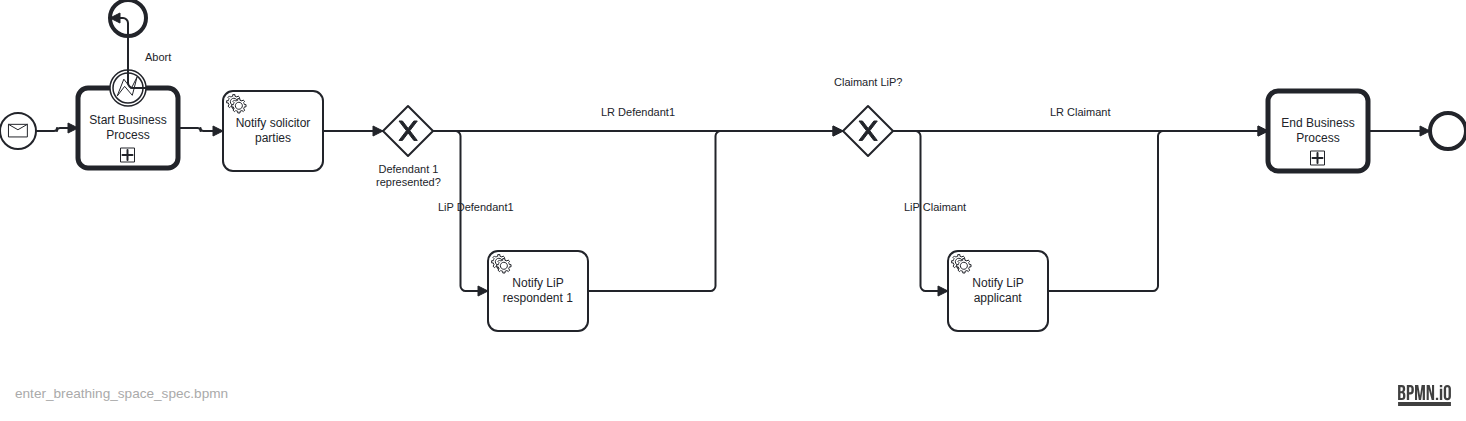
Earlier version of the BPMN export docs/bpmn-diagrams/enter_breathing_space_spec.png (hmcts/civil-service). Its source is kept beside it as src/main/resources/camunda/enter_breathing_space_spec.bpmn. Ids are renumbered.
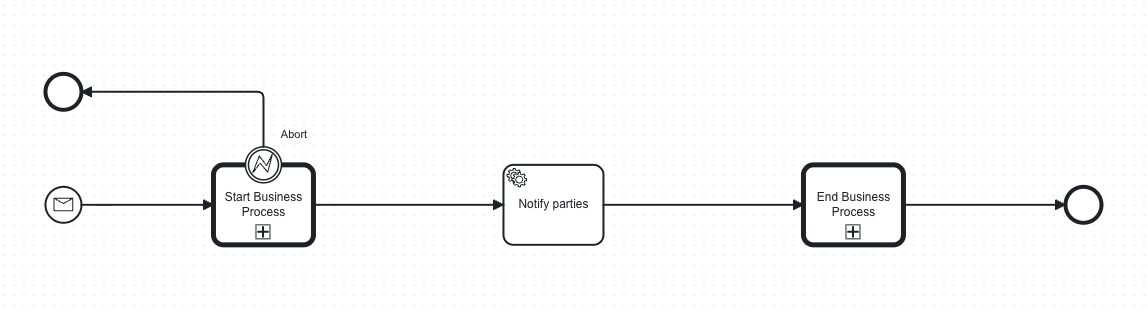
After the commit.

Commit message:
updating breathing space BPMNs and docs

Diff of the diagram source:
```diff
@@ -1,15 +1,14 @@
-<bpmn:definitions xmlns:bpmn="http://www.omg.org/spec/BPMN/20100524/MODEL" xmlns:bpmndi="http://www.omg.org/spec/BPMN/20100524/DI" xmlns:dc="http://www.omg.org/spec/DD/20100524/DC" xmlns:camunda="http://camunda.org/schema/1.0/bpmn" xmlns:di="http://www.omg.org/spec/DD/20100524/DI" xmlns:xsi="http://www.w3.org/2001/XMLSchema-instance" id="Definitions_n1" targetNamespace="http://bpmn.io/schema/bpmn" exporter="Camunda Modeler" exporterVersion="5.48.0">
+<bpmn:definitions xmlns:bpmn="http://www.omg.org/spec/BPMN/20100524/MODEL" xmlns:bpmndi="http://www.omg.org/spec/BPMN/20100524/DI" xmlns:dc="http://www.omg.org/spec/DD/20100524/DC" xmlns:camunda="http://camunda.org/schema/1.0/bpmn" xmlns:di="http://www.omg.org/spec/DD/20100524/DI" xmlns:xsi="http://www.w3.org/2001/XMLSchema-instance" id="Definitions_n1" targetNamespace="http://bpmn.io/schema/bpmn" exporter="Camunda Modeler" exporterVersion="5.52.0">
   <bpmn:process id="ENTER_BREATHING_SPACE_SPEC" name="Enter breathing space process spec" isExecutable="true" camunda:historyTimeToLive="P90D">
-    <bpmn:serviceTask id="BreathingSpaceEnterNotifyParties" name="Notify solicitor parties" camunda:type="external" camunda:topic="processCaseEvent">
+    <bpmn:serviceTask id="BreathingSpaceEnterNotifyParties" name="Notify parties" camunda:type="external" camunda:topic="processCaseEvent">
       <bpmn:extensionElements>
         <camunda:inputOutput>
           <camunda:inputParameter name="caseEvent">NOTIFY_EVENT</camunda:inputParameter>
         </camunda:inputOutput>
       </bpmn:extensionElements>
       <bpmn:incoming>Flow_n2</bpmn:incoming>
-      <bpmn:outgoing>Flow_Enter_Framework</bpmn:outgoing>
+      <bpmn:outgoing>Flow_n15</bpmn:outgoing>
     </bpmn:serviceTask>
-    <bpmn:sequenceFlow id="Flow_Enter_Framework" sourceRef="BreathingSpaceEnterNotifyParties" targetRef="Gateway_Defendant1" />
     <bpmn:startEvent id="StartEvent_1">
       <bpmn:outgoing>Flow_n3</bpmn:outgoing>
       <bpmn:messageEventDefinition id="MessageEventDefinition_n4" messageRef="Message_n5" />
@@ -22,8 +21,7 @@
       <bpmn:extensionElements>
         <camunda:in variables="all" />
       </bpmn:extensionElements>
-      <bpmn:incoming>Flow_Claimant_Lr</bpmn:incoming>
-      <bpmn:incoming>Flow_LipApplicant_ToRpa</bpmn:incoming>
+      <bpmn:incoming>Flow_n15</bpmn:incoming>
       <bpmn:outgoing>Flow_n7</bpmn:outgoing>
     </bpmn:callActivity>
     <bpmn:callActivity id="Activity_n9" name="Start Business Process" calledElement="StartBusinessProcess">
@@ -44,158 +42,57 @@
     <bpmn:sequenceFlow id="Flow_n11" sourceRef="Event_n12" targetRef="Event_n10" />
     <bpmn:sequenceFlow id="Flow_n3" sourceRef="StartEvent_1" targetRef="Activity_n9" />
     <bpmn:sequenceFlow id="Flow_n2" sourceRef="Activity_n9" targetRef="BreathingSpaceEnterNotifyParties" />
-
-    <bpmn:exclusiveGateway id="Gateway_Defendant1" name="Defendant 1 represented?">
-      <bpmn:incoming>Flow_Enter_Framework</bpmn:incoming>
-      <bpmn:outgoing>Flow_Def1_Lip</bpmn:outgoing>
-      <bpmn:outgoing>Flow_Def1_Lr</bpmn:outgoing>
-    </bpmn:exclusiveGateway>
-    <bpmn:sequenceFlow id="Flow_Def1_Lip" name="LiP Defendant1" sourceRef="Gateway_Defendant1" targetRef="BreathingSpaceEnterNotifyLipRespondent1">
-      <bpmn:conditionExpression xsi:type="bpmn:tFormalExpression">${!empty flowFlags.UNREPRESENTED_DEFENDANT_ONE &amp;&amp; flowFlags.UNREPRESENTED_DEFENDANT_ONE}</bpmn:conditionExpression>
-    </bpmn:sequenceFlow>
-    <bpmn:sequenceFlow id="Flow_Def1_Lr" name="LR Defendant1" sourceRef="Gateway_Defendant1" targetRef="Gateway_Claimant">
-      <bpmn:conditionExpression xsi:type="bpmn:tFormalExpression">${empty flowFlags.UNREPRESENTED_DEFENDANT_ONE || (!empty flowFlags.UNREPRESENTED_DEFENDANT_ONE &amp;&amp; !flowFlags.UNREPRESENTED_DEFENDANT_ONE)}</bpmn:conditionExpression>
-    </bpmn:sequenceFlow>
-
-    <bpmn:serviceTask id="BreathingSpaceEnterNotifyLipRespondent1" name="Notify LiP respondent 1" camunda:type="external" camunda:topic="processCaseEvent">
-      <bpmn:extensionElements>
-        <camunda:inputOutput>
-          <camunda:inputParameter name="caseEvent">NOTIFY_LIP_RESPONDENT1_BREATHING_SPACE_ENTER</camunda:inputParameter>
-        </camunda:inputOutput>
-      </bpmn:extensionElements>
-      <bpmn:incoming>Flow_Def1_Lip</bpmn:incoming>
-      <bpmn:outgoing>Flow_LipDef1_ToClaimant</bpmn:outgoing>
-    </bpmn:serviceTask>
-    <bpmn:sequenceFlow id="Flow_LipDef1_ToClaimant" sourceRef="BreathingSpaceEnterNotifyLipRespondent1" targetRef="Gateway_Claimant" />
-
-    <bpmn:exclusiveGateway id="Gateway_Claimant" name="Claimant LiP?">
-      <bpmn:incoming>Flow_Def1_Lr</bpmn:incoming>
-      <bpmn:incoming>Flow_LipDef1_ToClaimant</bpmn:incoming>
-      <bpmn:outgoing>Flow_Claimant_Lip</bpmn:outgoing>
-      <bpmn:outgoing>Flow_Claimant_Lr</bpmn:outgoing>
-    </bpmn:exclusiveGateway>
-    <bpmn:sequenceFlow id="Flow_Claimant_Lip" name="LiP Claimant" sourceRef="Gateway_Claimant" targetRef="BreathingSpaceEnterNotifyLipApplicant">
-      <bpmn:conditionExpression xsi:type="bpmn:tFormalExpression">${!empty flowFlags.LIP_CASE &amp;&amp; flowFlags.LIP_CASE}</bpmn:conditionExpression>
-    </bpmn:sequenceFlow>
-    <bpmn:sequenceFlow id="Flow_Claimant_Lr" name="LR Claimant" sourceRef="Gateway_Claimant" targetRef="Activity_n8">
-      <bpmn:conditionExpression xsi:type="bpmn:tFormalExpression">${empty flowFlags.LIP_CASE || (!empty flowFlags.LIP_CASE &amp;&amp; !flowFlags.LIP_CASE)}</bpmn:conditionExpression>
-    </bpmn:sequenceFlow>
-
-    <bpmn:serviceTask id="BreathingSpaceEnterNotifyLipApplicant" name="Notify LiP applicant" camunda:type="external" camunda:topic="processCaseEvent">
-      <bpmn:extensionElements>
-        <camunda:inputOutput>
-          <camunda:inputParameter name="caseEvent">NOTIFY_LIP_APPLICANT_BREATHING_SPACE_ENTER</camunda:inputParameter>
-        </camunda:inputOutput>
-      </bpmn:extensionElements>
-      <bpmn:incoming>Flow_Claimant_Lip</bpmn:incoming>
-      <bpmn:outgoing>Flow_LipApplicant_ToRpa</bpmn:outgoing>
-    </bpmn:serviceTask>
-    <bpmn:sequenceFlow id="Flow_LipApplicant_ToRpa" sourceRef="BreathingSpaceEnterNotifyLipApplicant" targetRef="Activity_n8" />
-
+    <bpmn:sequenceFlow id="Flow_n15" sourceRef="BreathingSpaceEnterNotifyParties" targetRef="Activity_n8" />
   </bpmn:process>
   <bpmn:message id="Message_n5" name="ENTER_BREATHING_SPACE_SPEC" />
   <bpmn:error id="Error_n14" name="StartBusinessAbort" errorCode="ABORT" />
   <bpmndi:BPMNDiagram id="BPMNDiagram_1">
     <bpmndi:BPMNPlane id="BPMNPlane_1" bpmnElement="ENTER_BREATHING_SPACE_SPEC">
-      <bpmndi:BPMNShape id="Event_1diii28_di" bpmnElement="StartEvent_1">
-        <dc:Bounds x="152" y="292" width="36" height="36" />
+      <bpmndi:BPMNShape id="BreathingSpaceEnterNotifyParties_di" bpmnElement="BreathingSpaceEnterNotifyParties">
+        <dc:Bounds x="610" y="170" width="100" height="80" />
+        <bpmndi:BPMNLabel />
       </bpmndi:BPMNShape>
       <bpmndi:BPMNShape id="Activity_n9_di" bpmnElement="Activity_n9">
-        <dc:Bounds x="230" y="267" width="100" height="80" />
+        <dc:Bounds x="320" y="170" width="100" height="80" />
+      </bpmndi:BPMNShape>
+      <bpmndi:BPMNShape id="Event_1diii28_di" bpmnElement="StartEvent_1">
+        <dc:Bounds x="152" y="192" width="36" height="36" />
       </bpmndi:BPMNShape>
       <bpmndi:BPMNShape id="Event_n10_di" bpmnElement="Event_n10">
-        <dc:Bounds x="262" y="179" width="36" height="36" />
+        <dc:Bounds x="152" y="79" width="36" height="36" />
+      </bpmndi:BPMNShape>
+      <bpmndi:BPMNShape id="Activity_14sbez9_di" bpmnElement="Activity_n8">
+        <dc:Bounds x="910" y="170" width="100" height="80" />
+      </bpmndi:BPMNShape>
+      <bpmndi:BPMNShape id="Event_n6_di" bpmnElement="Event_n6">
+        <dc:Bounds x="1172" y="192" width="36" height="36" />
       </bpmndi:BPMNShape>
       <bpmndi:BPMNShape id="Event_n12_di" bpmnElement="Event_n12">
-        <dc:Bounds x="262" y="249" width="36" height="36" />
+        <dc:Bounds x="352" y="152" width="36" height="36" />
         <bpmndi:BPMNLabel>
-          <dc:Bounds x="297" y="230" width="27" height="14" />
+          <dc:Bounds x="387" y="133" width="27" height="14" />
         </bpmndi:BPMNLabel>
       </bpmndi:BPMNShape>
-      <bpmndi:BPMNShape id="Gateway_Defendant1_di" bpmnElement="Gateway_Defendant1" isMarkerVisible="true">
-        <dc:Bounds x="535" y="285" width="50" height="50" />
-        <bpmndi:BPMNLabel>
-          <dc:Bounds x="518" y="342" width="85" height="27" />
-        </bpmndi:BPMNLabel>
-      </bpmndi:BPMNShape>
-      <bpmndi:BPMNShape id="Activity_LipDef1_di" bpmnElement="BreathingSpaceEnterNotifyLipRespondent1">
-        <dc:Bounds x="640" y="430" width="100" height="80" />
-      </bpmndi:BPMNShape>
-      <bpmndi:BPMNShape id="Gateway_Claimant_di" bpmnElement="Gateway_Claimant" isMarkerVisible="true">
-        <dc:Bounds x="995" y="285" width="50" height="50" />
-        <bpmndi:BPMNLabel>
-          <dc:Bounds x="986" y="255" width="69" height="14" />
-        </bpmndi:BPMNLabel>
-      </bpmndi:BPMNShape>
-      <bpmndi:BPMNShape id="Activity_LipApplicant_di" bpmnElement="BreathingSpaceEnterNotifyLipApplicant">
-        <dc:Bounds x="1100" y="430" width="100" height="80" />
-      </bpmndi:BPMNShape>
-      <bpmndi:BPMNShape id="Activity_14sbez9_di" bpmnElement="Activity_n8">
-        <dc:Bounds x="1420" y="270" width="100" height="80" />
-      </bpmndi:BPMNShape>
-      <bpmndi:BPMNShape id="Event_n6_di" bpmnElement="Event_n6">
-        <dc:Bounds x="1582" y="292" width="36" height="36" />
-      </bpmndi:BPMNShape>
+      <bpmndi:BPMNEdge id="Flow_n2_di" bpmnElement="Flow_n2">
+        <di:waypoint x="420" y="210" />
+        <di:waypoint x="610" y="210" />
+      </bpmndi:BPMNEdge>
       <bpmndi:BPMNEdge id="Flow_n3_di" bpmnElement="Flow_n3">
-        <di:waypoint x="188" y="310" />
-        <di:waypoint x="209" y="310" />
-        <di:waypoint x="209" y="307" />
-        <di:waypoint x="230" y="307" />
+        <di:waypoint x="188" y="210" />
+        <di:waypoint x="320" y="210" />
+      </bpmndi:BPMNEdge>
+      <bpmndi:BPMNEdge id="Flow_n7_di" bpmnElement="Flow_n7">
+        <di:waypoint x="1010" y="210" />
+        <di:waypoint x="1172" y="210" />
       </bpmndi:BPMNEdge>
       <bpmndi:BPMNEdge id="Flow_n11_di" bpmnElement="Flow_n11">
-        <di:waypoint x="298" y="267" />
-        <di:waypoint x="280" y="267" />
-        <di:waypoint x="280" y="197" />
-        <di:waypoint x="262" y="197" />
+        <di:waypoint x="370" y="152" />
+        <di:waypoint x="370" y="97" />
+        <di:waypoint x="188" y="97" />
       </bpmndi:BPMNEdge>
-      <bpmndi:BPMNEdge id="Flow_n2_di" bpmnElement="Flow_n2">
-        <di:waypoint x="330" y="307" />
-        <di:waypoint x="352.5" y="307" />
-        <di:waypoint x="352.5" y="310" />
-        <di:waypoint x="375" y="310" />
-      </bpmndi:BPMNEdge>
-      <bpmndi:BPMNEdge id="Flow_Def1_Lr_di" bpmnElement="Flow_Def1_Lr">
-        <di:waypoint x="585" y="310" />
-        <di:waypoint x="995" y="310" />
-      </bpmndi:BPMNEdge>
-      <bpmndi:BPMNEdge id="Flow_Def1_Lip_di" bpmnElement="Flow_Def1_Lip">
-        <di:waypoint x="585" y="310" />
-        <di:waypoint x="612.5" y="310" />
-        <di:waypoint x="612.5" y="470" />
-        <di:waypoint x="640" y="470" />
-      </bpmndi:BPMNEdge>
-      <bpmndi:BPMNEdge id="Flow_LipDef1_ToClaimant_di" bpmnElement="Flow_LipDef1_ToClaimant">
-        <di:waypoint x="740" y="470" />
-        <di:waypoint x="867.5" y="470" />
-        <di:waypoint x="867.5" y="310" />
-        <di:waypoint x="995" y="310" />
-      </bpmndi:BPMNEdge>
-      <bpmndi:BPMNEdge id="Flow_Claimant_Lr_di" bpmnElement="Flow_Claimant_Lr">
-        <di:waypoint x="1045" y="310" />
-        <di:waypoint x="1420" y="310" />
-      </bpmndi:BPMNEdge>
-      <bpmndi:BPMNEdge id="Flow_Claimant_Lip_di" bpmnElement="Flow_Claimant_Lip">
-        <di:waypoint x="1045" y="310" />
-        <di:waypoint x="1072.5" y="310" />
-        <di:waypoint x="1072.5" y="470" />
-        <di:waypoint x="1100" y="470" />
-      </bpmndi:BPMNEdge>
-      <bpmndi:BPMNEdge id="Flow_LipApplicant_ToRpa_di" bpmnElement="Flow_LipApplicant_ToRpa">
-        <di:waypoint x="1200" y="470" />
-        <di:waypoint x="1310" y="470" />
-        <di:waypoint x="1310" y="310" />
-        <di:waypoint x="1420" y="310" />
-      </bpmndi:BPMNEdge>
-      <bpmndi:BPMNEdge id="Flow_n7_di" bpmnElement="Flow_n7">
-        <di:waypoint x="1520" y="310" />
-        <di:waypoint x="1582" y="310" />
-      </bpmndi:BPMNEdge>
-      <bpmndi:BPMNShape id="BreathingSpaceEnterNotifyParties_di" bpmnElement="BreathingSpaceEnterNotifyParties">
-        <dc:Bounds x="375" y="270" width="100" height="80" />
-      </bpmndi:BPMNShape>
-      <bpmndi:BPMNEdge id="Flow_Enter_Framework_di" bpmnElement="Flow_Enter_Framework">
-        <di:waypoint x="475" y="310" />
-        <di:waypoint x="535" y="310" />
+      <bpmndi:BPMNEdge id="Flow_n15_di" bpmnElement="Flow_n15">
+        <di:waypoint x="710" y="210" />
+        <di:waypoint x="910" y="210" />
       </bpmndi:BPMNEdge>
     </bpmndi:BPMNPlane>
   </bpmndi:BPMNDiagram>
```
